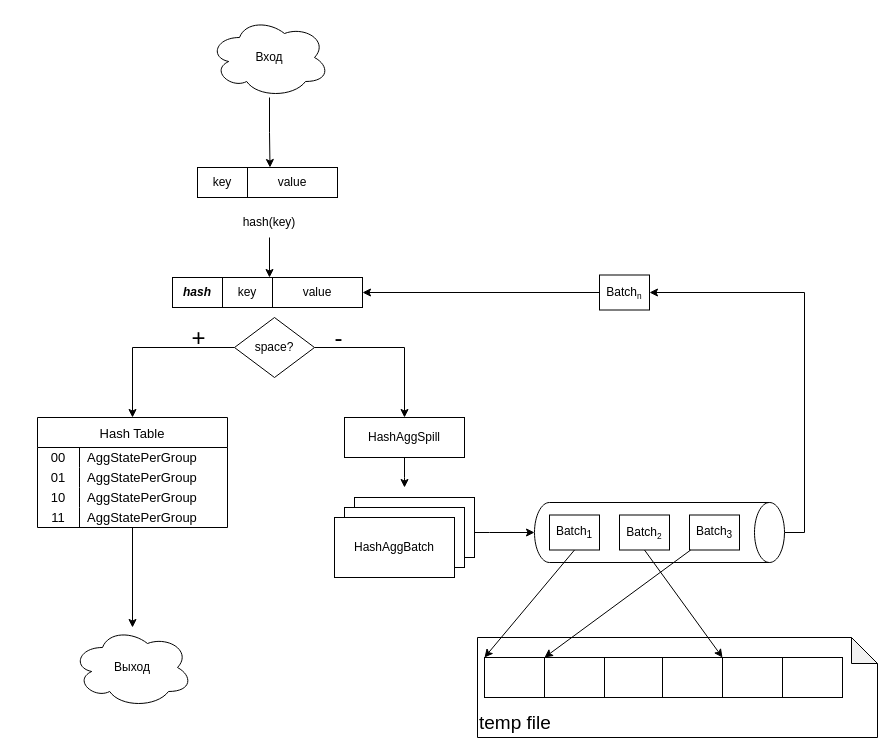
Before: how-group-by-works/hash-agg-arch.drawio in ashenBlade/tantor-pg-meetups, a draw.io diagram. Source tidied: cells renumbered, new cells numbered last; positions are measured from the earlier drawing's top-left corner, leaving out a move shared by most shapes. Both pictures are drawn from the tidied source at 100%, with x=0, y=0 at pixel (37, 17).
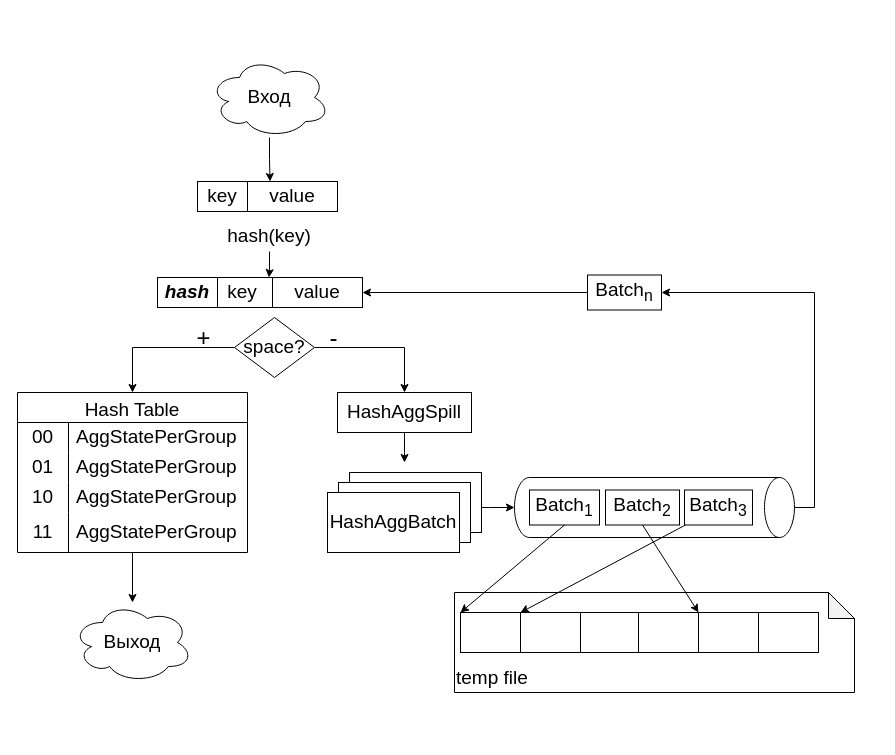
The same diagram, later.

The edit, as a diff of the source:
```diff
@@
-    <mxCell id="2" value="Hash Table" style="shape=table;startSize=30;childLayout=tableLayout;rowLines=0;fontStyle=0;strokeColor=default;fontSize=13;" parent="1" vertex="1">
-      <mxGeometry y="400" width="190" height="110" as="geometry" />
-    </mxCell>
-    <mxCell id="3" style="shape=tableRow;horizontal=0;startSize=0;swimlaneHead=0;swimlaneBody=0;top=0;left=0;bottom=0;right=0;fillColor=none;strokeColor=inherit;fontSize=16;" parent="2" vertex="1">
-      <mxGeometry y="30" width="190" height="20" as="geometry" />
-    </mxCell>
-    <mxCell id="4" value="00" style="shape=partialRectangle;html=1;whiteSpace=wrap;fillColor=none;top=0;left=0;bottom=0;right=0;overflow=hidden;strokeColor=inherit;fontSize=13;" parent="3" vertex="1">
-      <mxGeometry width="42" height="20" as="geometry" />
-    </mxCell>
-    <mxCell id="5" value="AggStatePerGroup" style="shape=partialRectangle;html=1;whiteSpace=wrap;fillColor=none;top=0;left=0;bottom=0;right=0;align=left;spacingLeft=6;overflow=hidden;strokeColor=inherit;fontSize=13;" parent="3" vertex="1">
-      <mxGeometry x="42" width="148" height="20" as="geometry" />
-    </mxCell>
-    <mxCell id="6" style="shape=tableRow;horizontal=0;startSize=0;swimlaneHead=0;swimlaneBody=0;top=0;left=0;bottom=0;right=0;fillColor=none;strokeColor=inherit;fontSize=16;" parent="2" vertex="1">
-      <mxGeometry y="50" width="190" height="20" as="geometry" />
-    </mxCell>
-    <mxCell id="7" value="01" style="shape=partialRectangle;html=1;whiteSpace=wrap;fillColor=none;top=0;left=0;bottom=0;right=0;overflow=hidden;strokeColor=inherit;fontSize=13;" parent="6" vertex="1">
-      <mxGeometry width="42" height="20" as="geometry" />
-    </mxCell>
-    <mxCell id="8" value="AggStatePerGroup" style="shape=partialRectangle;html=1;whiteSpace=wrap;fillColor=none;top=0;left=0;bottom=0;right=0;align=left;spacingLeft=6;overflow=hidden;strokeColor=inherit;fontSize=13;" parent="6" vertex="1">
-      <mxGeometry x="42" width="148" height="20" as="geometry" />
-    </mxCell>
-    <mxCell id="9" style="shape=tableRow;horizontal=0;startSize=0;swimlaneHead=0;swimlaneBody=0;top=0;left=0;bottom=0;right=0;fillColor=none;strokeColor=inherit;fontSize=16;" parent="2" vertex="1">
-      <mxGeometry y="70" width="190" height="20" as="geometry" />
-    </mxCell>
-    <mxCell id="10" value="10" style="shape=partialRectangle;html=1;whiteSpace=wrap;fillColor=none;top=0;left=0;bottom=0;right=0;overflow=hidden;strokeColor=inherit;fontSize=13;" parent="9" vertex="1">
-      <mxGeometry width="42" height="20" as="geometry" />
-    </mxCell>
-    <mxCell id="11" value="AggStatePerGroup" style="shape=partialRectangle;html=1;whiteSpace=wrap;fillColor=none;top=0;left=0;bottom=0;right=0;align=left;spacingLeft=6;overflow=hidden;strokeColor=inherit;fontSize=13;" parent="9" vertex="1">
-      <mxGeometry x="42" width="148" height="20" as="geometry" />
-    </mxCell>
-    <mxCell id="12" style="shape=tableRow;horizontal=0;startSize=0;swimlaneHead=0;swimlaneBody=0;top=0;left=0;bottom=0;right=0;fillColor=none;strokeColor=inherit;fontSize=16;" parent="2" vertex="1">
-      <mxGeometry y="90" width="190" height="20" as="geometry" />
-    </mxCell>
-    <mxCell id="13" value="11" style="shape=partialRectangle;html=1;whiteSpace=wrap;fillColor=none;top=0;left=0;bottom=0;right=0;overflow=hidden;strokeColor=inherit;fontSize=13;" parent="12" vertex="1">
-      <mxGeometry width="42" height="20" as="geometry" />
-    </mxCell>
-    <mxCell id="14" value="AggStatePerGroup" style="shape=partialRectangle;html=1;whiteSpace=wrap;fillColor=none;top=0;left=0;bottom=0;right=0;align=left;spacingLeft=6;overflow=hidden;strokeColor=inherit;fontSize=13;" parent="12" vertex="1">
-      <mxGeometry x="42" width="148" height="20" as="geometry" />
-    </mxCell>
-    <mxCell id="15" style="group;" parent="1" vertex="1">
-      <mxGeometry x="160" y="150" width="140" height="30" as="geometry" />
+    <mxCell id="15" style="group;fontSize=19;" parent="1" vertex="1">
+      <mxGeometry x="160" y="164" width="140" height="30" as="geometry" />
     </mxCell>
-    <mxCell id="16" value="key" style="rounded=0;whiteSpace=wrap;html=1;" parent="15" vertex="1">
+    <mxCell id="16" value="key" style="rounded=0;whiteSpace=wrap;html=1;fontSize=19;" parent="15" vertex="1">
       <mxGeometry width="50" height="30" as="geometry" />
     </mxCell>
-    <mxCell id="17" value="value" style="rounded=0;whiteSpace=wrap;html=1;" parent="15" vertex="1">
+    <mxCell id="17" value="value" style="rounded=0;whiteSpace=wrap;html=1;fontSize=19;" parent="15" vertex="1">
       <mxGeometry x="50" width="90" height="30" as="geometry" />
     </mxCell>
-    <mxCell id="18" value="hash(key)" style="text;html=1;align=center;verticalAlign=middle;whiteSpace=wrap;rounded=0;" parent="1" vertex="1">
-      <mxGeometry x="187" y="190" width="90" height="30" as="geometry" />
+    <mxCell id="18" value="hash(key)" style="text;html=1;align=center;verticalAlign=middle;whiteSpace=wrap;rounded=0;fontSize=19;" parent="1" vertex="1">
+      <mxGeometry x="180" y="204" width="104" height="30" as="geometry" />
     </mxCell>
@@
-    <mxCell id="20" value="Вход" style="ellipse;shape=cloud;whiteSpace=wrap;html=1;" parent="1" vertex="1">
-      <mxGeometry x="172" width="120" height="80" as="geometry" />
+    <mxCell id="20" value="Вход" style="ellipse;shape=cloud;whiteSpace=wrap;html=1;fontSize=19;" parent="1" vertex="1">
+      <mxGeometry x="172" y="40" width="120" height="80" as="geometry" />
     </mxCell>
-    <mxCell id="21" style="group;" parent="1" vertex="1">
+    <mxCell id="21" style="group;fontSize=19;" parent="1" vertex="1">
       <mxGeometry x="135" y="260" width="190" height="30" as="geometry" />
     </mxCell>
-    <mxCell id="22" style="group;" parent="21" vertex="1">
-      <mxGeometry x="50" width="140" height="30" as="geometry" />
+    <mxCell id="22" style="group;fontSize=19;" parent="21" vertex="1">
+      <mxGeometry x="40" width="150" height="30" as="geometry" />
     </mxCell>
-    <mxCell id="23" value="key" style="rounded=0;whiteSpace=wrap;html=1;" parent="22" vertex="1">
-      <mxGeometry width="50" height="30" as="geometry" />
+    <mxCell id="23" value="key" style="rounded=0;whiteSpace=wrap;html=1;fontSize=19;" parent="22" vertex="1">
+      <mxGeometry width="60" height="30" as="geometry" />
     </mxCell>
-    <mxCell id="24" value="value" style="rounded=0;whiteSpace=wrap;html=1;" parent="22" vertex="1">
-      <mxGeometry x="50" width="90" height="30" as="geometry" />
+    <mxCell id="24" value="value" style="rounded=0;whiteSpace=wrap;html=1;fontSize=19;" parent="22" vertex="1">
+      <mxGeometry x="60" width="90" height="30" as="geometry" />
     </mxCell>
-    <mxCell id="25" value="&lt;i&gt;&lt;b&gt;hash&lt;/b&gt;&lt;/i&gt;" style="rounded=0;whiteSpace=wrap;html=1;" parent="21" vertex="1">
-      <mxGeometry width="50" height="30" as="geometry" />
+    <mxCell id="25" value="&lt;i&gt;&lt;b&gt;hash&lt;/b&gt;&lt;/i&gt;" style="rounded=0;whiteSpace=wrap;html=1;fontSize=19;" parent="21" vertex="1">
+      <mxGeometry x="-15" width="60" height="30" as="geometry" />
     </mxCell>
-    <mxCell id="26" style="edgeStyle=orthogonalEdgeStyle;rounded=0;jettySize=auto;html=1;entryX=0.5;entryY=0;entryDx=0;entryDy=0;" parent="1" edge="1" source="30" target="2">
+    <mxCell id="26" style="edgeStyle=orthogonalEdgeStyle;rounded=0;jettySize=auto;html=1;entryX=0.5;entryY=0;entryDx=0;entryDy=0;exitX=0;exitY=0.5;exitDx=0;exitDy=0;" parent="1" edge="1" source="30" target="2">
       <mxGeometry relative="1" as="geometry" />
     </mxCell>
@@
-    <mxCell id="30" value="space?" style="rhombus;whiteSpace=wrap;html=1;" parent="1" vertex="1">
+    <mxCell id="30" value="space?" style="rhombus;whiteSpace=wrap;html=1;fontSize=19;" parent="1" vertex="1">
       <mxGeometry x="197" y="300" width="80" height="60" as="geometry" />
     </mxCell>
     <mxCell id="31" style="edgeStyle=orthogonalEdgeStyle;rounded=0;jettySize=auto;html=1;" parent="1" edge="1" source="32">
       <mxGeometry relative="1" as="geometry">
-        <mxPoint x="367" y="470" as="targetPoint" />
+        <mxPoint x="367" y="445" as="targetPoint" />
       </mxGeometry>
     </mxCell>
-    <mxCell id="32" value="HashAggSpill" style="rounded=0;whiteSpace=wrap;html=1;" parent="1" vertex="1">
-      <mxGeometry x="307" y="400" width="120" height="40" as="geometry" />
+    <mxCell id="32" value="HashAggSpill" style="rounded=0;whiteSpace=wrap;html=1;fontSize=19;" parent="1" vertex="1">
+      <mxGeometry x="300" y="375" width="134" height="40" as="geometry" />
     </mxCell>
-    <mxCell id="33" style="group;" parent="1" vertex="1">
-      <mxGeometry x="297" y="480" width="140" height="80" as="geometry" />
+    <mxCell id="33" style="group;fontSize=20;" parent="1" vertex="1">
+      <mxGeometry x="290" y="455" width="154" height="80" as="geometry" />
     </mxCell>
     <mxCell id="34" style="rounded=0;whiteSpace=wrap;html=1;" parent="33" vertex="1">
-      <mxGeometry x="20" width="120" height="60" as="geometry" />
+      <mxGeometry x="22" width="132" height="60" as="geometry" />
     </mxCell>
     <mxCell id="35" style="rounded=0;whiteSpace=wrap;html=1;" parent="33" vertex="1">
-      <mxGeometry x="10" y="10" width="120" height="60" as="geometry" />
+      <mxGeometry x="11" y="10" width="132" height="60" as="geometry" />
     </mxCell>
-    <mxCell id="36" value="HashAggBatch" style="rounded=0;whiteSpace=wrap;html=1;" parent="33" vertex="1">
-      <mxGeometry y="20" width="120" height="60" as="geometry" />
+    <mxCell id="36" value="&lt;font style=&quot;font-size: 19px;&quot;&gt;HashAggBatch&lt;/font&gt;" style="rounded=0;whiteSpace=wrap;html=1;" parent="33" vertex="1">
+      <mxGeometry y="20" width="132" height="60" as="geometry" />
     </mxCell>
@@
     <mxCell id="38" style="shape=cylinder3;whiteSpace=wrap;html=1;boundedLbl=1;backgroundOutline=1;size=15;rotation=90;" parent="1" vertex="1">
-      <mxGeometry x="592" y="390" width="60" height="250" as="geometry" />
+      <mxGeometry x="587" y="350" width="60" height="280" as="geometry" />
     </mxCell>
-    <mxCell id="39" value="Batch&lt;sub&gt;1&lt;/sub&gt;" style="rounded=0;whiteSpace=wrap;html=1;" parent="1" vertex="1">
-      <mxGeometry x="512" y="497.5" width="50" height="35" as="geometry" />
+    <mxCell id="39" value="Batch&lt;sub&gt;1&lt;/sub&gt;" style="rounded=0;whiteSpace=wrap;html=1;fontSize=19;" parent="1" vertex="1">
+      <mxGeometry x="492" y="472.5" width="70" height="35" as="geometry" />
     </mxCell>
-    <mxCell id="40" value="Batch&lt;span style=&quot;font-size: 10px;&quot;&gt;&lt;sub&gt;2&lt;/sub&gt;&lt;/span&gt;" style="rounded=0;whiteSpace=wrap;html=1;" parent="1" vertex="1">
-      <mxGeometry x="582" y="497.5" width="50" height="35" as="geometry" />
+    <mxCell id="40" value="Batch&lt;span&gt;&lt;sub&gt;2&lt;/sub&gt;&lt;/span&gt;" style="rounded=0;whiteSpace=wrap;html=1;fontSize=19;" parent="1" vertex="1">
+      <mxGeometry x="568" y="472.5" width="74" height="35" as="geometry" />
     </mxCell>
-    <mxCell id="41" value="Batch&lt;sub&gt;3&lt;/sub&gt;" style="rounded=0;whiteSpace=wrap;html=1;" parent="1" vertex="1">
-      <mxGeometry x="652" y="497.5" width="50" height="35" as="geometry" />
+    <mxCell id="41" value="Batch&lt;sub&gt;3&lt;/sub&gt;" style="rounded=0;whiteSpace=wrap;html=1;fontSize=19;" parent="1" vertex="1">
+      <mxGeometry x="647" y="472.5" width="68" height="35" as="geometry" />
     </mxCell>
     <mxCell id="42" style="edgeStyle=orthogonalEdgeStyle;rounded=0;jettySize=auto;html=1;entryX=0.5;entryY=1;entryDx=0;entryDy=0;entryPerimeter=0;" parent="1" edge="1" source="34" target="38">
       <mxGeometry relative="1" as="geometry">
         <Array as="points">
-          <mxPoint x="452" y="515" />
-          <mxPoint x="452" y="515" />
+          <mxPoint x="452" y="490" />
+          <mxPoint x="452" y="490" />
         </Array>
       </mxGeometry>
     </mxCell>
     <mxCell id="43" value="temp file" style="shape=note;whiteSpace=wrap;html=1;backgroundOutline=1;darkOpacity=0.05;size=26;align=left;verticalAlign=bottom;fontSize=19;" parent="1" vertex="1">
-      <mxGeometry x="440" y="620" width="400" height="100" as="geometry" />
+      <mxGeometry x="417" y="575" width="400" height="100" as="geometry" />
     </mxCell>
     <mxCell id="44" style="rounded=0;whiteSpace=wrap;html=1;" parent="1" vertex="1">
-      <mxGeometry x="447" y="640" width="60" height="40" as="geometry" />
+      <mxGeometry x="423" y="595" width="60" height="40" as="geometry" />
     </mxCell>
     <mxCell id="45" style="rounded=0;whiteSpace=wrap;html=1;" parent="1" vertex="1">
-      <mxGeometry x="507" y="640" width="60" height="40" as="geometry" />
+      <mxGeometry x="483" y="595" width="60" height="40" as="geometry" />
     </mxCell>
     <mxCell id="46" style="rounded=0;whiteSpace=wrap;html=1;" parent="1" vertex="1">
-      <mxGeometry x="567" y="640" width="60" height="40" as="geometry" />
+      <mxGeometry x="543" y="595" width="60" height="40" as="geometry" />
     </mxCell>
     <mxCell id="47" style="rounded=0;whiteSpace=wrap;html=1;" parent="1" vertex="1">
-      <mxGeometry x="625" y="640" width="60" height="40" as="geometry" />
+      <mxGeometry x="601" y="595" width="60" height="40" as="geometry" />
     </mxCell>
     <mxCell id="48" style="rounded=0;whiteSpace=wrap;html=1;" parent="1" vertex="1">
-      <mxGeometry x="685" y="640" width="60" height="40" as="geometry" />
+      <mxGeometry x="661" y="595" width="60" height="40" as="geometry" />
     </mxCell>
     <mxCell id="49" style="rounded=0;whiteSpace=wrap;html=1;" parent="1" vertex="1">
-      <mxGeometry x="745" y="640" width="60" height="40" as="geometry" />
+      <mxGeometry x="721" y="595" width="60" height="40" as="geometry" />
     </mxCell>
@@
-    <mxCell id="54" value="Batch&lt;span style=&quot;font-size: 10px;&quot;&gt;&lt;sub&gt;n&lt;/sub&gt;&lt;/span&gt;" style="rounded=0;whiteSpace=wrap;html=1;" parent="1" vertex="1">
-      <mxGeometry x="562" y="257.5" width="50" height="35" as="geometry" />
+    <mxCell id="54" value="Batch&lt;span&gt;&lt;sub&gt;n&lt;/sub&gt;&lt;/span&gt;" style="rounded=0;whiteSpace=wrap;html=1;fontSize=19;" parent="1" vertex="1">
+      <mxGeometry x="550" y="257.5" width="74" height="35" as="geometry" />
     </mxCell>
-    <mxCell id="55" value="Выход" style="ellipse;shape=cloud;whiteSpace=wrap;html=1;" parent="1" vertex="1">
-      <mxGeometry x="35" y="610" width="120" height="80" as="geometry" />
+    <mxCell id="55" value="Выход" style="ellipse;shape=cloud;whiteSpace=wrap;html=1;fontSize=19;" parent="1" vertex="1">
+      <mxGeometry x="35" y="585" width="120" height="80" as="geometry" />
     </mxCell>
@@
+    <mxCell id="2" value="Hash Table" style="shape=table;startSize=30;childLayout=tableLayout;rowLines=0;fontStyle=0;strokeColor=default;fontSize=19;" parent="1" vertex="1">
+      <mxGeometry x="-20" y="375" width="230" height="160" as="geometry" />
+    </mxCell>
+    <mxCell id="3" style="shape=tableRow;horizontal=0;startSize=0;swimlaneHead=0;swimlaneBody=0;top=0;left=0;bottom=0;right=0;fillColor=none;strokeColor=inherit;fontSize=19;" parent="2" vertex="1">
+      <mxGeometry y="30" width="230" height="30" as="geometry" />
+    </mxCell>
+    <mxCell id="4" value="00" style="shape=partialRectangle;html=1;whiteSpace=wrap;fillColor=none;top=0;left=0;bottom=0;right=0;overflow=hidden;strokeColor=inherit;fontSize=19;" parent="3" vertex="1">
+      <mxGeometry width="51" height="30" as="geometry" />
+    </mxCell>
+    <mxCell id="5" value="AggStatePerGroup" style="shape=partialRectangle;html=1;whiteSpace=wrap;fillColor=none;top=0;left=0;bottom=0;right=0;align=left;spacingLeft=6;overflow=hidden;strokeColor=inherit;fontSize=19;" parent="3" vertex="1">
+      <mxGeometry x="51" width="179" height="30" as="geometry" />
+    </mxCell>
+    <mxCell id="6" style="shape=tableRow;horizontal=0;startSize=0;swimlaneHead=0;swimlaneBody=0;top=0;left=0;bottom=0;right=0;fillColor=none;strokeColor=inherit;fontSize=19;" parent="2" vertex="1">
+      <mxGeometry y="60" width="230" height="30" as="geometry" />
+    </mxCell>
+    <mxCell id="7" value="01" style="shape=partialRectangle;html=1;whiteSpace=wrap;fillColor=none;top=0;left=0;bottom=0;right=0;overflow=hidden;strokeColor=inherit;fontSize=19;" parent="6" vertex="1">
+      <mxGeometry width="51" height="30" as="geometry" />
+    </mxCell>
+    <mxCell id="8" value="AggStatePerGroup" style="shape=partialRectangle;html=1;whiteSpace=wrap;fillColor=none;top=0;left=0;bottom=0;right=0;align=left;spacingLeft=6;overflow=hidden;strokeColor=inherit;fontSize=19;" parent="6" vertex="1">
+      <mxGeometry x="51" width="179" height="30" as="geometry" />
+    </mxCell>
+    <mxCell id="9" style="shape=tableRow;horizontal=0;startSize=0;swimlaneHead=0;swimlaneBody=0;top=0;left=0;bottom=0;right=0;fillColor=none;strokeColor=inherit;fontSize=19;" parent="2" vertex="1">
+      <mxGeometry y="90" width="230" height="30" as="geometry" />
+    </mxCell>
+    <mxCell id="10" value="10" style="shape=partialRectangle;html=1;whiteSpace=wrap;fillColor=none;top=0;left=0;bottom=0;right=0;overflow=hidden;strokeColor=inherit;fontSize=19;" parent="9" vertex="1">
+      <mxGeometry width="51" height="30" as="geometry" />
+    </mxCell>
+    <mxCell id="11" value="AggStatePerGroup" style="shape=partialRectangle;html=1;whiteSpace=wrap;fillColor=none;top=0;left=0;bottom=0;right=0;align=left;spacingLeft=6;overflow=hidden;strokeColor=inherit;fontSize=19;" parent="9" vertex="1">
+      <mxGeometry x="51" width="179" height="30" as="geometry" />
+    </mxCell>
+    <mxCell id="12" style="shape=tableRow;horizontal=0;startSize=0;swimlaneHead=0;swimlaneBody=0;top=0;left=0;bottom=0;right=0;fillColor=none;strokeColor=inherit;fontSize=19;" parent="2" vertex="1">
+      <mxGeometry y="120" width="230" height="40" as="geometry" />
+    </mxCell>
+    <mxCell id="13" value="11" style="shape=partialRectangle;html=1;whiteSpace=wrap;fillColor=none;top=0;left=0;bottom=0;right=0;overflow=hidden;strokeColor=inherit;fontSize=19;" parent="12" vertex="1">
+      <mxGeometry width="51" height="40" as="geometry" />
+    </mxCell>
+    <mxCell id="14" value="AggStatePerGroup" style="shape=partialRectangle;html=1;whiteSpace=wrap;fillColor=none;top=0;left=0;bottom=0;right=0;align=left;spacingLeft=6;overflow=hidden;strokeColor=inherit;fontSize=19;" parent="12" vertex="1">
+      <mxGeometry x="51" width="179" height="40" as="geometry" />
+    </mxCell>
```
